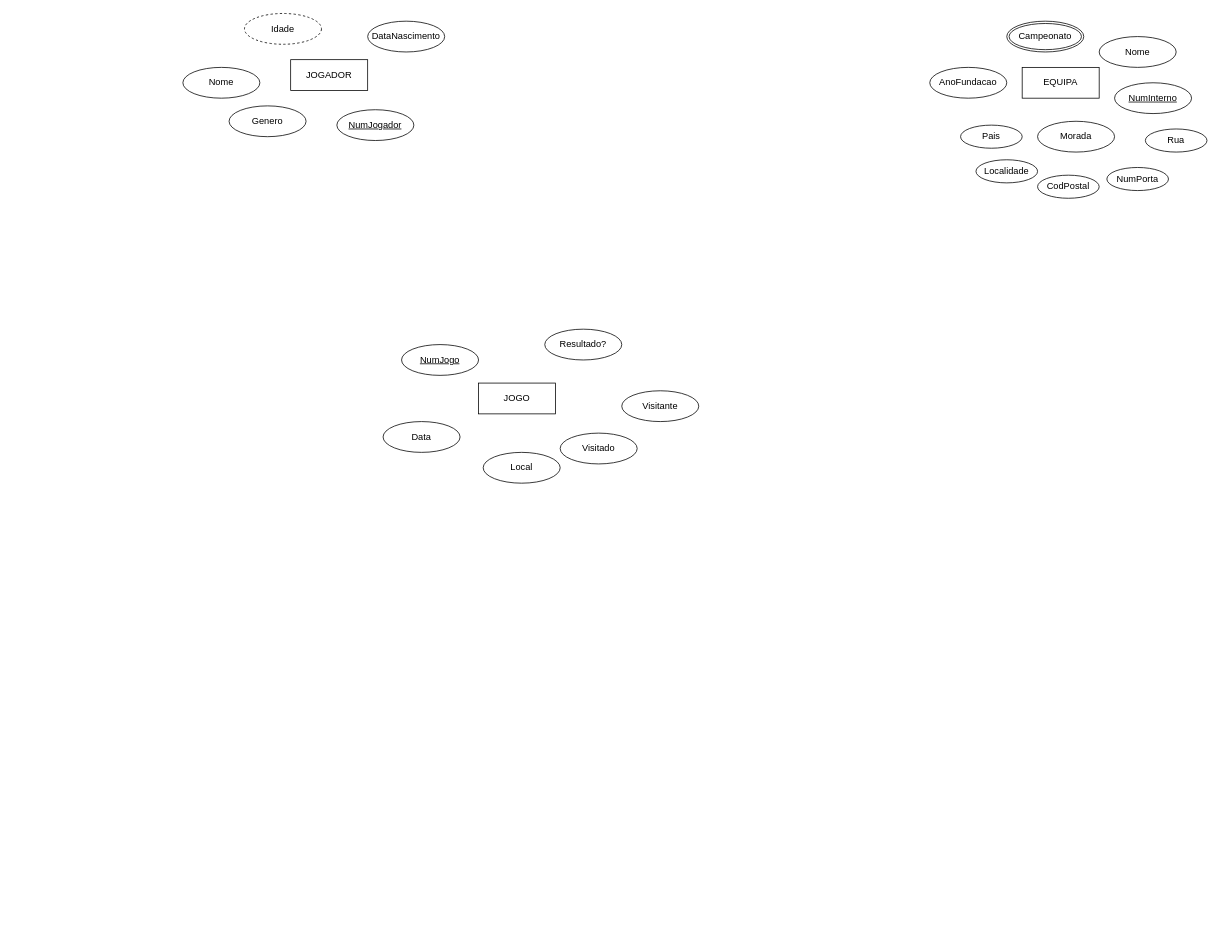
The draw.io diagram Equipas.drawio in LucasAlface/Diagramas, before the edit. Source tidied: cells renumbered, new cells numbered last; positions are measured from the earlier drawing's top-left corner, leaving out a move shared by most shapes. Both pictures are drawn from the tidied source at 77%, with x=0, y=0 at pixel (182, 13).
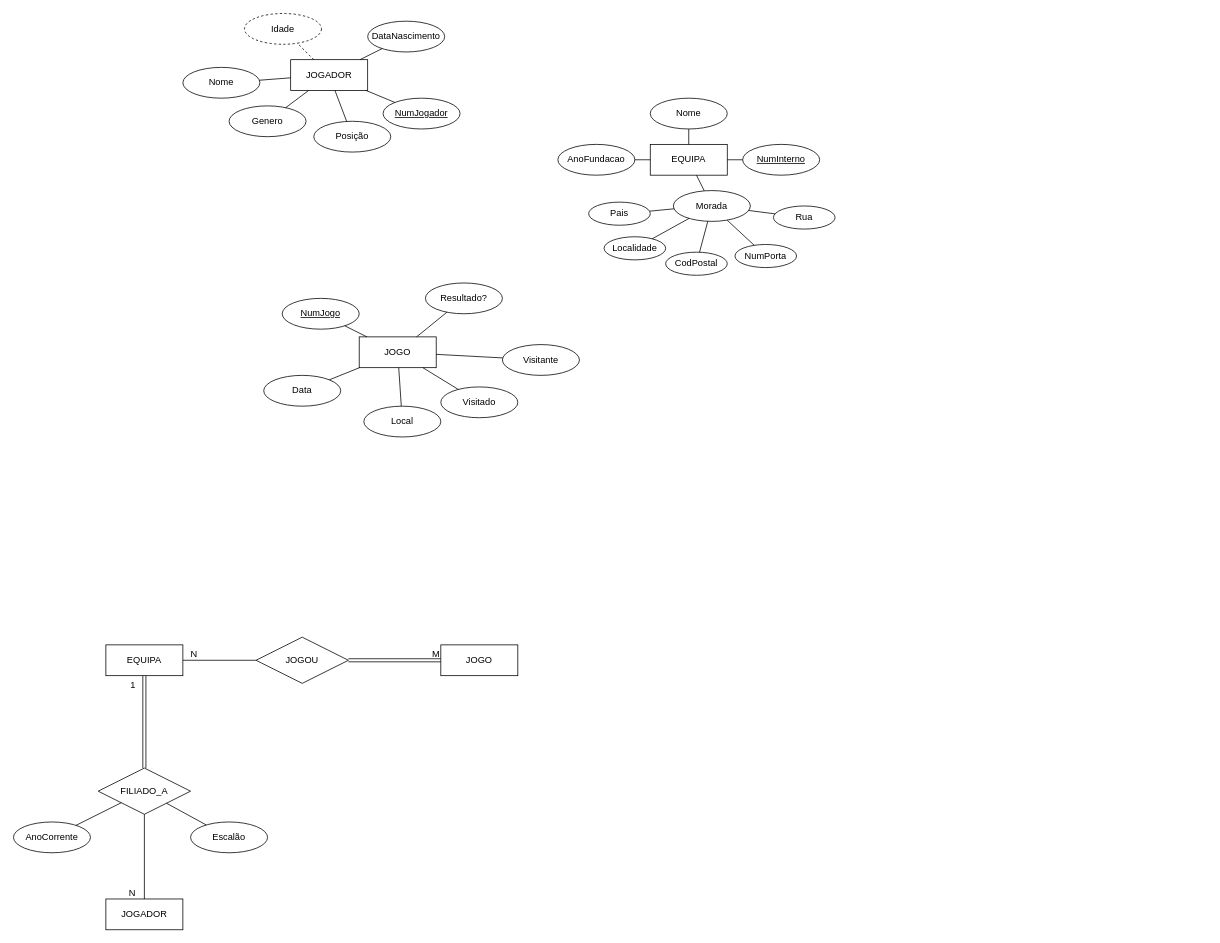
The same page after the edit.

Commit message:
Criação de relações

The change refers to these unchanged cells:
```xml
<mxCell id="4" value="JOGADOR" style="whiteSpace=wrap;html=1;align=center;" parent="1" vertex="1">
  <mxGeometry x="140" y="60" width="100" height="40" as="geometry" />
</mxCell>
<mxCell id="6" value="Nome" style="ellipse;whiteSpace=wrap;html=1;align=center;fontStyle=0;" parent="1" vertex="1">
  <mxGeometry y="70" width="100" height="40" as="geometry" />
</mxCell>
<mxCell id="7" value="Genero" style="ellipse;whiteSpace=wrap;html=1;align=center;" parent="1" vertex="1">
  <mxGeometry x="60" y="120" width="100" height="40" as="geometry" />
</mxCell>
<mxCell id="18" value="DataNascimento" style="ellipse;whiteSpace=wrap;html=1;align=center;" parent="1" vertex="1">
  <mxGeometry x="240" y="10" width="100" height="40" as="geometry" />
</mxCell>
<mxCell id="19" value="Idade" style="ellipse;whiteSpace=wrap;html=1;align=center;dashed=1;" parent="1" vertex="1">
  <mxGeometry x="80" width="100" height="40" as="geometry" />
</mxCell>
```

What changed in the source:
```diff
@@
     <mxCell id="2" value="JOGO" style="whiteSpace=wrap;html=1;align=center;" parent="1" vertex="1">
-      <mxGeometry x="384" y="480" width="100" height="40" as="geometry" />
+      <mxGeometry x="229" y="420" width="100" height="40" as="geometry" />
     </mxCell>
     <mxCell id="3" value="EQUIPA" style="whiteSpace=wrap;html=1;align=center;" parent="1" vertex="1">
-      <mxGeometry x="1090" y="70" width="100" height="40" as="geometry" />
+      <mxGeometry x="607" y="170" width="100" height="40" as="geometry" />
     </mxCell>
@@
     <mxCell id="5" value="NumInterno" style="ellipse;whiteSpace=wrap;html=1;align=center;fontStyle=4;" parent="1" vertex="1">
-      <mxGeometry x="1210" y="90" width="100" height="40" as="geometry" />
+      <mxGeometry x="727" y="170" width="100" height="40" as="geometry" />
     </mxCell>
@@
     <mxCell id="8" value="Morada" style="ellipse;whiteSpace=wrap;html=1;align=center;" parent="1" vertex="1">
-      <mxGeometry x="1110" y="140" width="100" height="40" as="geometry" />
+      <mxGeometry x="637" y="230" width="100" height="40" as="geometry" />
     </mxCell>
     <mxCell id="9" value="AnoFundacao" style="ellipse;whiteSpace=wrap;html=1;align=center;" parent="1" vertex="1">
-      <mxGeometry x="970" y="70" width="100" height="40" as="geometry" />
+      <mxGeometry x="487" y="170" width="100" height="40" as="geometry" />
     </mxCell>
     <mxCell id="10" value="Nome" style="ellipse;whiteSpace=wrap;html=1;align=center;" parent="1" vertex="1">
-      <mxGeometry x="1190" y="30" width="100" height="40" as="geometry" />
+      <mxGeometry x="607" y="110" width="100" height="40" as="geometry" />
     </mxCell>
-    <mxCell id="11" value="Campeonato" style="ellipse;shape=doubleEllipse;margin=3;whiteSpace=wrap;html=1;align=center;" parent="1" vertex="1">
-      <mxGeometry x="1070" y="10" width="100" height="40" as="geometry" />
-    </mxCell>
     <mxCell id="12" value="NumPorta" style="ellipse;whiteSpace=wrap;html=1;align=center;" parent="1" vertex="1">
-      <mxGeometry x="1200" y="200" width="80" height="30" as="geometry" />
+      <mxGeometry x="717" y="300" width="80" height="30" as="geometry" />
     </mxCell>
     <mxCell id="13" value="CodPostal" style="ellipse;whiteSpace=wrap;html=1;align=center;" parent="1" vertex="1">
-      <mxGeometry x="1110" y="210" width="80" height="30" as="geometry" />
+      <mxGeometry x="627" y="310" width="80" height="30" as="geometry" />
     </mxCell>
     <mxCell id="14" value="Localidade" style="ellipse;whiteSpace=wrap;html=1;align=center;" parent="1" vertex="1">
-      <mxGeometry x="1030" y="190" width="80" height="30" as="geometry" />
+      <mxGeometry x="547" y="290" width="80" height="30" as="geometry" />
     </mxCell>
     <mxCell id="15" value="Rua" style="ellipse;whiteSpace=wrap;html=1;align=center;" parent="1" vertex="1">
-      <mxGeometry x="1250" y="150" width="80" height="30" as="geometry" />
+      <mxGeometry x="767" y="250" width="80" height="30" as="geometry" />
     </mxCell>
     <mxCell id="16" value="Pais" style="ellipse;whiteSpace=wrap;html=1;align=center;" parent="1" vertex="1">
-      <mxGeometry x="1010" y="145" width="80" height="30" as="geometry" />
+      <mxGeometry x="527" y="245" width="80" height="30" as="geometry" />
     </mxCell>
     <mxCell id="17" value="NumJogador" style="ellipse;whiteSpace=wrap;html=1;align=center;fontStyle=4;" parent="1" vertex="1">
-      <mxGeometry x="200" y="125" width="100" height="40" as="geometry" />
+      <mxGeometry x="260" y="110" width="100" height="40" as="geometry" />
     </mxCell>
@@
     <mxCell id="20" value="NumJogo" style="ellipse;whiteSpace=wrap;html=1;align=center;fontStyle=4;" parent="1" vertex="1">
-      <mxGeometry x="284" y="430" width="100" height="40" as="geometry" />
+      <mxGeometry x="129" y="370" width="100" height="40" as="geometry" />
     </mxCell>
     <mxCell id="21" value="Data" style="ellipse;whiteSpace=wrap;html=1;align=center;" parent="1" vertex="1">
-      <mxGeometry x="260" y="530" width="100" height="40" as="geometry" />
+      <mxGeometry x="105" y="470" width="100" height="40" as="geometry" />
     </mxCell>
     <mxCell id="22" value="Local" style="ellipse;whiteSpace=wrap;html=1;align=center;" parent="1" vertex="1">
-      <mxGeometry x="390" y="570" width="100" height="40" as="geometry" />
+      <mxGeometry x="235" y="510" width="100" height="40" as="geometry" />
     </mxCell>
     <mxCell id="23" value="Visitado" style="ellipse;whiteSpace=wrap;html=1;align=center;" parent="1" vertex="1">
-      <mxGeometry x="490" y="545" width="100" height="40" as="geometry" />
+      <mxGeometry x="335" y="485" width="100" height="40" as="geometry" />
     </mxCell>
     <mxCell id="24" value="Visitante" style="ellipse;whiteSpace=wrap;html=1;align=center;" parent="1" vertex="1">
-      <mxGeometry x="570" y="490" width="100" height="40" as="geometry" />
+      <mxGeometry x="415" y="430" width="100" height="40" as="geometry" />
     </mxCell>
     <mxCell id="25" value="Resultado?" style="ellipse;whiteSpace=wrap;html=1;align=center;" parent="1" vertex="1">
-      <mxGeometry x="470" y="410" width="100" height="40" as="geometry" />
+      <mxGeometry x="315" y="350" width="100" height="40" as="geometry" />
     </mxCell>
+    <mxCell id="26" style="endArrow=none;html=1;rounded=0;" parent="1" edge="1" source="3" target="8">
+      <mxGeometry relative="1" as="geometry" />
+    </mxCell>
+    <mxCell id="27" style="endArrow=none;html=1;rounded=0;" parent="1" edge="1" source="3" target="5">
+      <mxGeometry relative="1" as="geometry" />
+    </mxCell>
+    <mxCell id="28" style="endArrow=none;html=1;rounded=0;" parent="1" edge="1" source="3" target="10">
+      <mxGeometry relative="1" as="geometry" />
+    </mxCell>
+    <mxCell id="29" style="endArrow=none;html=1;rounded=0;" parent="1" edge="1" source="9" target="3">
+      <mxGeometry relative="1" as="geometry" />
+    </mxCell>
+    <mxCell id="30" style="endArrow=none;html=1;rounded=0;" parent="1" edge="1" source="8" target="15">
+      <mxGeometry relative="1" as="geometry" />
+    </mxCell>
+    <mxCell id="31" style="endArrow=none;html=1;rounded=0;" parent="1" edge="1" source="8" target="12">
+      <mxGeometry relative="1" as="geometry" />
+    </mxCell>
+    <mxCell id="32" style="endArrow=none;html=1;rounded=0;" parent="1" edge="1" source="8" target="13">
+      <mxGeometry relative="1" as="geometry" />
+    </mxCell>
+    <mxCell id="33" style="endArrow=none;html=1;rounded=0;" parent="1" edge="1" source="8" target="14">
+      <mxGeometry relative="1" as="geometry" />
+    </mxCell>
+    <mxCell id="34" style="endArrow=none;html=1;rounded=0;" parent="1" edge="1" source="8" target="16">
+      <mxGeometry relative="1" as="geometry" />
+    </mxCell>
+    <mxCell id="35" style="endArrow=none;html=1;rounded=0;" parent="1" edge="1" source="2" target="25">
+      <mxGeometry relative="1" as="geometry" />
+    </mxCell>
+    <mxCell id="36" style="endArrow=none;html=1;rounded=0;" parent="1" edge="1" source="2" target="24">
+      <mxGeometry relative="1" as="geometry" />
+    </mxCell>
+    <mxCell id="37" style="endArrow=none;html=1;rounded=0;" parent="1" edge="1" source="2" target="23">
+      <mxGeometry relative="1" as="geometry" />
+    </mxCell>
+    <mxCell id="38" style="endArrow=none;html=1;rounded=0;" parent="1" edge="1" source="2" target="22">
+      <mxGeometry relative="1" as="geometry" />
+    </mxCell>
+    <mxCell id="39" style="endArrow=none;html=1;rounded=0;" parent="1" edge="1" source="2" target="21">
+      <mxGeometry relative="1" as="geometry" />
+    </mxCell>
+    <mxCell id="40" style="endArrow=none;html=1;rounded=0;" parent="1" edge="1" source="2" target="20">
+      <mxGeometry relative="1" as="geometry" />
+    </mxCell>
+    <mxCell id="41" style="endArrow=none;html=1;rounded=0;" parent="1" edge="1" source="4" target="17">
+      <mxGeometry relative="1" as="geometry" />
+    </mxCell>
+    <mxCell id="42" style="endArrow=none;html=1;rounded=0;" parent="1" edge="1" source="4" target="7">
+      <mxGeometry relative="1" as="geometry" />
+    </mxCell>
+    <mxCell id="43" style="endArrow=none;html=1;rounded=0;" parent="1" edge="1" source="18" target="4">
+      <mxGeometry relative="1" as="geometry" />
+    </mxCell>
+    <mxCell id="44" style="endArrow=none;html=1;rounded=0;" parent="1" edge="1" source="6" target="4">
+      <mxGeometry relative="1" as="geometry" />
+    </mxCell>
+    <mxCell id="45" style="endArrow=none;html=1;rounded=0;dashed=1;" parent="1" edge="1" source="4" target="19">
+      <mxGeometry relative="1" as="geometry" />
+    </mxCell>
+    <mxCell id="46" value="Posição" style="ellipse;whiteSpace=wrap;html=1;align=center;" parent="1" vertex="1">
+      <mxGeometry x="170" y="140" width="100" height="40" as="geometry" />
+    </mxCell>
+    <mxCell id="47" style="endArrow=none;html=1;rounded=0;" parent="1" edge="1" source="46" target="4">
+      <mxGeometry relative="1" as="geometry" />
+    </mxCell>
+    <mxCell id="48" value="JOGO" style="whiteSpace=wrap;html=1;align=center;" parent="1" vertex="1">
+      <mxGeometry x="335" y="820" width="100" height="40" as="geometry" />
+    </mxCell>
+    <mxCell id="49" value="EQUIPA" style="whiteSpace=wrap;html=1;align=center;" parent="1" vertex="1">
+      <mxGeometry x="-100" y="820" width="100" height="40" as="geometry" />
+    </mxCell>
+    <mxCell id="50" value="JOGOU" style="shape=rhombus;perimeter=rhombusPerimeter;whiteSpace=wrap;html=1;align=center;" parent="1" vertex="1">
+      <mxGeometry x="95" y="810" width="120" height="60" as="geometry" />
+    </mxCell>
+    <mxCell id="51" style="endArrow=none;html=1;rounded=0;" parent="1" edge="1" source="49" target="50">
+      <mxGeometry relative="1" as="geometry" />
+    </mxCell>
+    <mxCell id="52" value="N" style="html=1;whiteSpace=wrap;align=right;verticalAlign=bottom;" parent="51" vertex="1">
+      <mxGeometry x="1" relative="1" as="geometry">
+        <mxPoint x="-75" as="offset" />
+      </mxGeometry>
+    </mxCell>
+    <mxCell id="53" value="JOGADOR" style="whiteSpace=wrap;html=1;align=center;" parent="1" vertex="1">
+      <mxGeometry x="-100" y="1150" width="100" height="40" as="geometry" />
+    </mxCell>
+    <mxCell id="54" value="FILIADO_A" style="shape=rhombus;perimeter=rhombusPerimeter;whiteSpace=wrap;html=1;align=center;" parent="1" vertex="1">
+      <mxGeometry x="-110" y="980" width="120" height="60" as="geometry" />
+    </mxCell>
+    <mxCell id="55" value="Escalão" style="ellipse;whiteSpace=wrap;html=1;align=center;" parent="1" vertex="1">
+      <mxGeometry x="10" y="1050" width="100" height="40" as="geometry" />
+    </mxCell>
+    <mxCell id="56" value="AnoCorrente" style="ellipse;whiteSpace=wrap;html=1;align=center;" parent="1" vertex="1">
+      <mxGeometry x="-220" y="1050" width="100" height="40" as="geometry" />
+    </mxCell>
+    <mxCell id="57" style="endArrow=none;html=1;rounded=0;" parent="1" edge="1" source="54" target="55">
+      <mxGeometry relative="1" as="geometry" />
+    </mxCell>
+    <mxCell id="58" style="endArrow=none;html=1;rounded=0;" parent="1" edge="1" source="54" target="56">
+      <mxGeometry relative="1" as="geometry" />
+    </mxCell>
+    <mxCell id="59" style="endArrow=none;html=1;rounded=0;" parent="1" edge="1" source="53" target="54">
+      <mxGeometry relative="1" as="geometry" />
+    </mxCell>
+    <mxCell id="60" value="N" style="html=1;whiteSpace=wrap;align=right;verticalAlign=bottom;" parent="59" vertex="1">
+      <mxGeometry x="1" relative="1" as="geometry">
+        <mxPoint x="-10" y="110" as="offset" />
+      </mxGeometry>
+    </mxCell>
+    <mxCell id="61" style="shape=link;html=1;rounded=0;" parent="1" edge="1" source="54" target="49">
+      <mxGeometry relative="1" as="geometry" />
+    </mxCell>
+    <mxCell id="62" value="1" style="html=1;whiteSpace=wrap;align=right;verticalAlign=bottom;" parent="61" vertex="1">
+      <mxGeometry x="1" relative="1" as="geometry">
+        <mxPoint x="-10" y="20" as="offset" />
+      </mxGeometry>
+    </mxCell>
+    <mxCell id="63" style="shape=link;html=1;rounded=0;" parent="1" edge="1" source="50" target="48">
+      <mxGeometry relative="1" as="geometry" />
+    </mxCell>
+    <mxCell id="64" value="M" style="html=1;whiteSpace=wrap;align=right;verticalAlign=bottom;" parent="63" vertex="1">
+      <mxGeometry x="1" relative="1" as="geometry" />
+    </mxCell>
```
